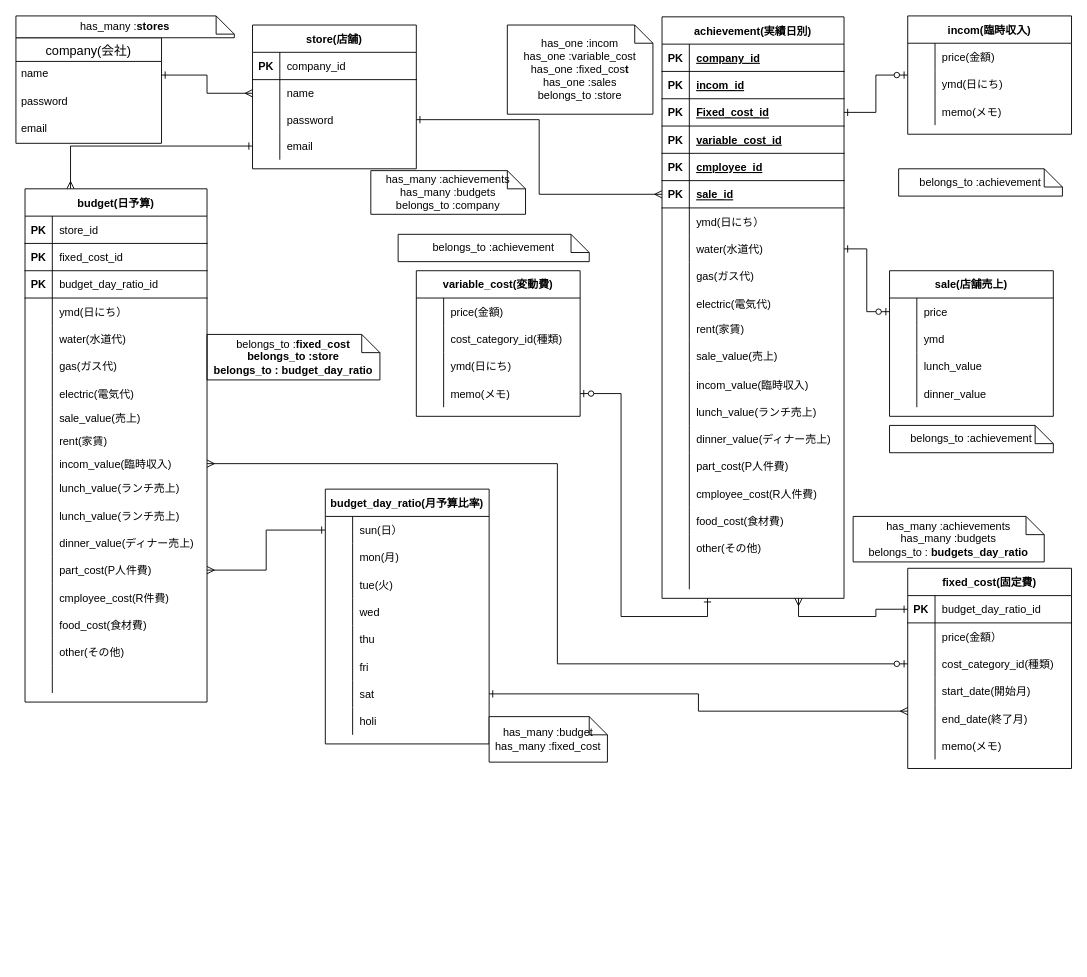
yanagi0306/profit_loss keeps this draw.io diagram as ER図.dio. Above is the earlier version. Source tidied: cells renumbered, new cells numbered last; positions are measured from the earlier drawing's top-left corner, leaving out a move shared by most shapes. Both pictures are drawn from the tidied source at 91%, with x=0, y=0 at pixel (15, 15).
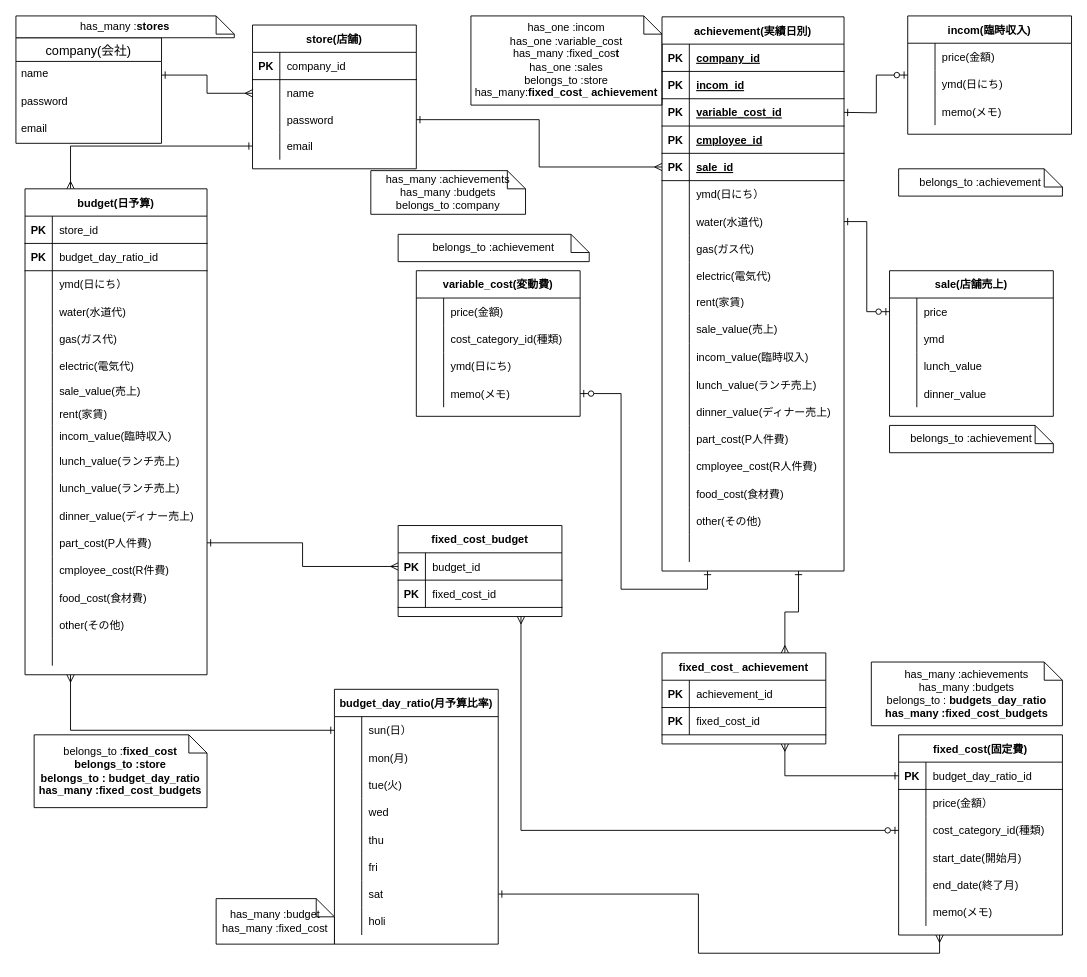
The same diagram, later.

Unchanged cells that the change refers to:
```xml
<mxCell id="6" value="incom(臨時収入)" style="shape=table;startSize=30;childLayout=tableLayout;rowLines=0;fontStyle=1;align=center;" parent="1" vertex="1">
  <mxGeometry x="980" width="180" height="130" as="geometry" />
</mxCell>
<mxCell id="188" style="shape=partialRectangle;fillColor=none;top=0;left=0;bottom=0;right=0;points=[[0,0.5],[1,0.5]];portConstraint=eastwest;" parent="187" vertex="1">
  <mxGeometry y="30" width="180" height="30" as="geometry" />
</mxCell>
<mxCell id="206" style="shape=partialRectangle;fillColor=none;top=0;left=0;bottom=0;right=0;points=[[0,0.5],[1,0.5]];portConstraint=eastwest;" parent="187" vertex="1">
  <mxGeometry y="210" width="180" height="30" as="geometry" />
</mxCell>
<mxCell id="216" style="shape=partialRectangle;fillColor=none;top=0;left=0;bottom=1;right=0;points=[[0,0.5],[1,0.5]];portConstraint=eastwest;" parent="215" vertex="1">
  <mxGeometry y="30" width="180" height="30" as="geometry" />
</mxCell>
<mxCell id="222" style="shape=partialRectangle;fillColor=none;top=0;left=0;bottom=0;right=0;points=[[0,0.5],[1,0.5]];portConstraint=eastwest;" parent="215" vertex="1">
  <mxGeometry y="90" width="180" height="30" as="geometry" />
</mxCell>
<mxCell id="228" style="shape=partialRectangle;fillColor=none;top=0;left=0;bottom=0;right=0;points=[[0,0.5],[1,0.5]];portConstraint=eastwest;" parent="215" vertex="1">
  <mxGeometry y="150" width="180" height="30" as="geometry" />
</mxCell>
```

The edit, as a diff of the source:
```diff
@@
-    <mxCell id="16" style="edgeStyle=orthogonalEdgeStyle;rounded=0;jettySize=auto;html=1;endArrow=ERzeroToOne;endFill=1;startArrow=ERone;startFill=0;exitX=1;exitY=0.5;exitDx=0;exitDy=0;" parent="1" edge="1" source="60" target="6">
-      <mxGeometry relative="1" as="geometry" />
+    <mxCell id="16" style="edgeStyle=orthogonalEdgeStyle;rounded=0;jettySize=auto;html=1;endArrow=ERzeroToOne;endFill=1;startArrow=ERone;startFill=0;exitX=1;exitY=0.5;exitDx=0;exitDy=0;" parent="1" edge="1" target="6">
+      <mxGeometry relative="1" as="geometry">
+        <mxPoint x="910" y="106" as="sourcePoint" />
+      </mxGeometry>
     </mxCell>
@@
-    <mxCell id="33" value="has_one :incom&lt;br&gt;has_one&amp;nbsp;:variable_cost&lt;br&gt;has_one&amp;nbsp;:fixed_cos&lt;span style=&quot;font-weight: 700&quot;&gt;t&lt;br&gt;&lt;/span&gt;has_one :sales&lt;br&gt;belongs_to :store" style="shape=note;size=20;whiteSpace=wrap;html=1;rounded=0;sketch=0;" parent="1" vertex="1">
-      <mxGeometry x="540" y="10" width="160" height="98" as="geometry" />
+    <mxCell id="33" value="has_one :incom&lt;br&gt;has_one&amp;nbsp;:variable_cost&lt;br&gt;has_many :fixed_cos&lt;span style=&quot;font-weight: 700&quot;&gt;t&lt;br&gt;&lt;/span&gt;has_one :sales&lt;br&gt;belongs_to :store&lt;br&gt;has_many:&lt;span style=&quot;font-weight: 700&quot;&gt;fixed_cost_&amp;nbsp;achievement&lt;/span&gt;" style="shape=note;size=20;whiteSpace=wrap;html=1;rounded=0;sketch=0;" parent="1" vertex="1">
+      <mxGeometry x="500" width="210" height="98" as="geometry" />
     </mxCell>
@@
-    <mxCell id="52" value="has_many :achievements&lt;br&gt;has_many :budgets&lt;br&gt;belongs_to :&lt;span style=&quot;font-weight: 700&quot;&gt;&amp;nbsp;budgets_day_ratio&lt;/span&gt;" style="shape=note;size=20;whiteSpace=wrap;html=1;rounded=0;sketch=0;" parent="1" vertex="1">
-      <mxGeometry x="920" y="550" width="210" height="50" as="geometry" />
+    <mxCell id="52" value="has_many :achievements&lt;br&gt;has_many :budgets&lt;br&gt;belongs_to :&lt;span style=&quot;font-weight: 700&quot;&gt;&amp;nbsp;budgets_day_ratio&lt;br&gt;&lt;/span&gt;&lt;span style=&quot;font-weight: 700&quot;&gt;has_many :&lt;/span&gt;&lt;span style=&quot;font-weight: 700&quot;&gt;fixed_cost_budgets&lt;/span&gt;&lt;span style=&quot;font-weight: 700&quot;&gt;&lt;br&gt;&lt;/span&gt;" style="shape=note;size=20;whiteSpace=wrap;html=1;rounded=0;sketch=0;" parent="1" vertex="1">
+      <mxGeometry x="940" y="710" width="210" height="70" as="geometry" />
     </mxCell>
     <mxCell id="53" value="achievement(実績日別)" style="shape=table;startSize=30;childLayout=tableLayout;rowLines=0;fontStyle=1;align=center;" parent="1" vertex="1">
-      <mxGeometry x="710" y="1" width="200" height="639" as="geometry" />
+      <mxGeometry x="710" y="1" width="200" height="609" as="geometry" />
     </mxCell>
@@
-    <mxCell id="60" style="shape=partialRectangle;fillColor=none;top=0;left=0;bottom=1;right=0;points=[[0,0.5],[1,0.5]];portConstraint=eastwest;" parent="53" vertex="1">
-      <mxGeometry y="90" width="200" height="30" as="geometry" />
-    </mxCell>
-    <mxCell id="61" value="PK" style="shape=partialRectangle;fillColor=none;top=0;left=0;bottom=0;right=0;fontStyle=1;overflow=hidden;" parent="60" vertex="1">
-      <mxGeometry width="30" height="30" as="geometry" />
-    </mxCell>
-    <mxCell id="62" value="Fixed_cost_id" style="shape=partialRectangle;fillColor=none;top=0;left=0;bottom=0;right=0;align=left;spacingLeft=6;fontStyle=5;overflow=hidden;" parent="60" vertex="1">
-      <mxGeometry x="30" width="170" height="30" as="geometry" />
-    </mxCell>
     <mxCell id="63" style="shape=partialRectangle;fillColor=none;top=0;left=0;bottom=1;right=0;" parent="53" vertex="1">
-      <mxGeometry y="120" width="200" height="30" as="geometry" />
+      <mxGeometry y="90" width="200" height="30" as="geometry" />
     </mxCell>
@@
     <mxCell id="66" style="shape=partialRectangle;fillColor=none;top=0;left=0;bottom=1;right=0;" parent="53" vertex="1">
-      <mxGeometry y="150" width="200" height="30" as="geometry" />
+      <mxGeometry y="120" width="200" height="30" as="geometry" />
     </mxCell>
@@
     <mxCell id="69" style="shape=partialRectangle;fillColor=none;top=0;left=0;bottom=1;right=0;points=[[0,0.5],[1,0.5]];portConstraint=eastwest;" parent="53" vertex="1">
-      <mxGeometry y="180" width="200" height="30" as="geometry" />
+      <mxGeometry y="150" width="200" height="30" as="geometry" />
     </mxCell>
@@
     <mxCell id="72" style="shape=partialRectangle;fillColor=none;top=0;left=0;bottom=0;right=0;" parent="53" vertex="1">
-      <mxGeometry y="210" width="200" height="30" as="geometry" />
+      <mxGeometry y="180" width="200" height="30" as="geometry" />
     </mxCell>
@@
     <mxCell id="75" style="shape=partialRectangle;fillColor=none;top=0;left=0;bottom=0;right=0;points=[[0,0.5],[1,0.5]];portConstraint=eastwest;" parent="53" vertex="1">
-      <mxGeometry y="240" width="200" height="30" as="geometry" />
+      <mxGeometry y="210" width="200" height="30" as="geometry" />
     </mxCell>
@@
     <mxCell id="78" style="shape=partialRectangle;fillColor=none;top=0;left=0;bottom=0;right=0;" parent="53" vertex="1">
-      <mxGeometry y="270" width="200" height="30" as="geometry" />
+      <mxGeometry y="240" width="200" height="30" as="geometry" />
     </mxCell>
@@
     <mxCell id="81" style="shape=partialRectangle;fillColor=none;top=0;left=0;bottom=0;right=0;" parent="53" vertex="1">
-      <mxGeometry y="300" width="200" height="30" as="geometry" />
+      <mxGeometry y="270" width="200" height="30" as="geometry" />
     </mxCell>
@@
     <mxCell id="84" style="shape=partialRectangle;fillColor=none;top=0;left=0;bottom=0;right=0;" parent="53" vertex="1">
-      <mxGeometry y="330" width="200" height="26" as="geometry" />
+      <mxGeometry y="300" width="200" height="26" as="geometry" />
     </mxCell>
@@
     <mxCell id="87" style="shape=partialRectangle;fillColor=none;top=0;left=0;bottom=0;right=0;" parent="53" vertex="1">
-      <mxGeometry y="356" width="200" height="33" as="geometry" />
+      <mxGeometry y="326" width="200" height="33" as="geometry" />
     </mxCell>
@@
     <mxCell id="90" style="shape=partialRectangle;fillColor=none;top=0;left=0;bottom=0;right=0;" parent="53" vertex="1">
-      <mxGeometry y="389" width="200" height="30" as="geometry" />
+      <mxGeometry y="359" width="200" height="30" as="geometry" />
     </mxCell>
@@
     <mxCell id="93" style="shape=partialRectangle;fillColor=none;top=0;left=0;bottom=0;right=0;" parent="53" vertex="1">
-      <mxGeometry y="419" width="200" height="30" as="geometry" />
+      <mxGeometry y="389" width="200" height="30" as="geometry" />
     </mxCell>
@@
     <mxCell id="96" style="shape=partialRectangle;fillColor=none;top=0;left=0;bottom=0;right=0;" parent="53" vertex="1">
-      <mxGeometry y="449" width="200" height="30" as="geometry" />
+      <mxGeometry y="419" width="200" height="30" as="geometry" />
     </mxCell>
@@
     <mxCell id="99" style="shape=partialRectangle;fillColor=none;top=0;left=0;bottom=0;right=0;" parent="53" vertex="1">
-      <mxGeometry y="479" width="200" height="30" as="geometry" />
+      <mxGeometry y="449" width="200" height="30" as="geometry" />
     </mxCell>
@@
     <mxCell id="102" style="shape=partialRectangle;fillColor=none;top=0;left=0;bottom=0;right=0;" parent="53" vertex="1">
-      <mxGeometry y="509" width="200" height="30" as="geometry" />
+      <mxGeometry y="479" width="200" height="30" as="geometry" />
     </mxCell>
@@
     <mxCell id="105" style="shape=partialRectangle;fillColor=none;top=0;left=0;bottom=0;right=0;" parent="53" vertex="1">
-      <mxGeometry y="539" width="200" height="30" as="geometry" />
+      <mxGeometry y="509" width="200" height="30" as="geometry" />
     </mxCell>
@@
     <mxCell id="108" style="shape=partialRectangle;fillColor=none;top=0;left=0;bottom=0;right=0;" parent="53" vertex="1">
-      <mxGeometry y="569" width="200" height="30" as="geometry" />
+      <mxGeometry y="539" width="200" height="30" as="geometry" />
     </mxCell>
@@
     <mxCell id="111" style="shape=partialRectangle;fillColor=none;top=0;left=0;bottom=0;right=0;" parent="53" vertex="1">
-      <mxGeometry y="599" width="200" height="30" as="geometry" />
+      <mxGeometry y="569" width="200" height="30" as="geometry" />
     </mxCell>
@@
-    <mxCell id="114" style="edgeStyle=orthogonalEdgeStyle;rounded=0;jettySize=auto;html=1;exitX=0;exitY=0.5;exitDx=0;exitDy=0;startArrow=ERzeroToOne;startFill=1;endArrow=ERmany;endFill=0;" parent="1" edge="1" source="222" target="160">
+    <mxCell id="114" style="edgeStyle=orthogonalEdgeStyle;rounded=0;jettySize=auto;html=1;exitX=0;exitY=0.5;exitDx=0;exitDy=0;startArrow=ERzeroToOne;startFill=1;endArrow=ERmany;endFill=0;entryX=0.75;entryY=1;entryDx=0;entryDy=0;" parent="1" edge="1" source="222" target="235">
       <mxGeometry relative="1" as="geometry" />
     </mxCell>
@@
-    <mxCell id="131" value="belongs_to :&lt;span style=&quot;font-weight: 700&quot;&gt;fixed_cost&lt;br&gt;belongs_to :store&lt;br&gt;belongs_to :&lt;/span&gt;&lt;span style=&quot;font-weight: 700&quot;&gt;&amp;nbsp;budget_day_ratio&lt;/span&gt;&lt;span style=&quot;font-weight: 700&quot;&gt;&lt;br&gt;&lt;/span&gt;" style="shape=note;size=20;whiteSpace=wrap;html=1;" parent="1" vertex="1">
-      <mxGeometry x="210" y="350" width="190" height="50" as="geometry" />
+    <mxCell id="131" value="belongs_to :&lt;span style=&quot;font-weight: 700&quot;&gt;fixed_cost&lt;br&gt;belongs_to :store&lt;br&gt;belongs_to :&lt;/span&gt;&lt;span style=&quot;font-weight: 700&quot;&gt;&amp;nbsp;budget_day_ratio&lt;br&gt;&lt;/span&gt;&lt;span style=&quot;font-weight: 700&quot;&gt;has_many :&lt;/span&gt;&lt;span style=&quot;font-weight: 700&quot;&gt;fixed_cost_budgets&lt;/span&gt;&lt;span style=&quot;font-weight: 700&quot;&gt;&lt;br&gt;&lt;/span&gt;" style="shape=note;size=20;whiteSpace=wrap;html=1;" parent="1" vertex="1">
+      <mxGeometry x="20" y="790" width="190" height="80" as="geometry" />
     </mxCell>
     <mxCell id="132" value="budget(日予算)" style="shape=table;startSize=30;childLayout=tableLayout;rowLines=0;fontStyle=1;align=center;" parent="1" vertex="1">
-      <mxGeometry x="10" y="190" width="200" height="564" as="geometry" />
+      <mxGeometry x="10" y="190" width="200" height="534" as="geometry" />
     </mxCell>
@@
-    <mxCell id="136" style="shape=partialRectangle;fillColor=none;top=0;left=0;bottom=1;right=0;" parent="132" vertex="1">
-      <mxGeometry y="60" width="200" height="30" as="geometry" />
-    </mxCell>
-    <mxCell id="137" value="PK" style="shape=partialRectangle;fillColor=none;top=0;left=0;bottom=0;right=0;fontStyle=1;overflow=hidden;" parent="136" vertex="1">
-      <mxGeometry width="30" height="30" as="geometry" />
-    </mxCell>
-    <mxCell id="138" value="fixed_cost_id" style="shape=partialRectangle;fillColor=none;top=0;left=0;bottom=0;right=0;align=left;spacingLeft=6;fontStyle=0;overflow=hidden;" parent="136" vertex="1">
-      <mxGeometry x="30" width="170" height="30" as="geometry" />
-    </mxCell>
     <mxCell id="139" style="shape=partialRectangle;fillColor=none;top=0;left=0;bottom=1;right=0;" parent="132" vertex="1">
-      <mxGeometry y="90" width="200" height="30" as="geometry" />
+      <mxGeometry y="60" width="200" height="30" as="geometry" />
     </mxCell>
@@
     <mxCell id="142" style="shape=partialRectangle;fillColor=none;top=0;left=0;bottom=0;right=0;" parent="132" vertex="1">
-      <mxGeometry y="120" width="200" height="30" as="geometry" />
+      <mxGeometry y="90" width="200" height="30" as="geometry" />
     </mxCell>
@@
     <mxCell id="145" style="shape=partialRectangle;fillColor=none;top=0;left=0;bottom=0;right=0;" parent="132" vertex="1">
-      <mxGeometry y="150" width="200" height="30" as="geometry" />
+      <mxGeometry y="120" width="200" height="30" as="geometry" />
     </mxCell>
@@
     <mxCell id="148" style="shape=partialRectangle;fillColor=none;top=0;left=0;bottom=0;right=0;" parent="132" vertex="1">
-      <mxGeometry y="180" width="200" height="30" as="geometry" />
+      <mxGeometry y="150" width="200" height="30" as="geometry" />
     </mxCell>
@@
     <mxCell id="151" style="shape=partialRectangle;fillColor=none;top=0;left=0;bottom=0;right=0;" parent="132" vertex="1">
-      <mxGeometry y="210" width="200" height="30" as="geometry" />
+      <mxGeometry y="180" width="200" height="30" as="geometry" />
     </mxCell>
@@
     <mxCell id="154" style="shape=partialRectangle;fillColor=none;top=0;left=0;bottom=0;right=0;" parent="132" vertex="1">
-      <mxGeometry y="240" width="200" height="24" as="geometry" />
+      <mxGeometry y="210" width="200" height="24" as="geometry" />
     </mxCell>
@@
     <mxCell id="157" style="shape=partialRectangle;fillColor=none;top=0;left=0;bottom=0;right=0;" parent="132" vertex="1">
-      <mxGeometry y="264" width="200" height="26" as="geometry" />
+      <mxGeometry y="234" width="200" height="26" as="geometry" />
     </mxCell>
@@
     <mxCell id="160" style="shape=partialRectangle;fillColor=none;top=0;left=0;bottom=0;right=0;points=[[0,0.5],[1,0.5]];portConstraint=eastwest;" parent="132" vertex="1">
-      <mxGeometry y="290" width="200" height="24" as="geometry" />
+      <mxGeometry y="260" width="200" height="24" as="geometry" />
     </mxCell>
@@
     <mxCell id="163" style="shape=partialRectangle;fillColor=none;top=0;left=0;bottom=0;right=0;" parent="132" vertex="1">
-      <mxGeometry y="314" width="200" height="30" as="geometry" />
+      <mxGeometry y="284" width="200" height="30" as="geometry" />
     </mxCell>
@@
     <mxCell id="166" style="shape=partialRectangle;fillColor=none;top=0;left=0;bottom=0;right=0;" parent="132" vertex="1">
-      <mxGeometry y="344" width="200" height="30" as="geometry" />
+      <mxGeometry y="314" width="200" height="30" as="geometry" />
     </mxCell>
@@
     <mxCell id="169" style="shape=partialRectangle;fillColor=none;top=0;left=0;bottom=0;right=0;" parent="132" vertex="1">
-      <mxGeometry y="374" width="200" height="30" as="geometry" />
+      <mxGeometry y="344" width="200" height="30" as="geometry" />
     </mxCell>
@@
     <mxCell id="172" style="shape=partialRectangle;fillColor=none;top=0;left=0;bottom=0;right=0;points=[[0,0.5],[1,0.5]];portConstraint=eastwest;" parent="132" vertex="1">
-      <mxGeometry y="404" width="200" height="30" as="geometry" />
+      <mxGeometry y="374" width="200" height="30" as="geometry" />
     </mxCell>
@@
     <mxCell id="175" style="shape=partialRectangle;fillColor=none;top=0;left=0;bottom=0;right=0;" parent="132" vertex="1">
-      <mxGeometry y="434" width="200" height="30" as="geometry" />
+      <mxGeometry y="404" width="200" height="30" as="geometry" />
     </mxCell>
@@
     <mxCell id="178" style="shape=partialRectangle;fillColor=none;top=0;left=0;bottom=0;right=0;" parent="132" vertex="1">
-      <mxGeometry y="464" width="200" height="30" as="geometry" />
+      <mxGeometry y="434" width="200" height="30" as="geometry" />
     </mxCell>
@@
     <mxCell id="181" style="shape=partialRectangle;fillColor=none;top=0;left=0;bottom=0;right=0;" parent="132" vertex="1">
-      <mxGeometry y="494" width="200" height="30" as="geometry" />
+      <mxGeometry y="464" width="200" height="30" as="geometry" />
     </mxCell>
@@
     <mxCell id="184" style="shape=partialRectangle;fillColor=none;top=0;left=0;bottom=0;right=0;" parent="132" vertex="1">
-      <mxGeometry y="524" width="200" height="30" as="geometry" />
+      <mxGeometry y="494" width="200" height="30" as="geometry" />
     </mxCell>
@@
     <mxCell id="187" value="budget_day_ratio(月予算比率)" style="shape=table;startSize=30;childLayout=tableLayout;rowLines=0;fontStyle=1;align=center;" parent="1" vertex="1">
-      <mxGeometry x="340" y="520" width="180" height="280" as="geometry" />
+      <mxGeometry x="350" y="740" width="180" height="280" as="geometry" />
     </mxCell>
@@
-    <mxCell id="212" style="edgeStyle=orthogonalEdgeStyle;rounded=0;jettySize=auto;html=1;exitX=0;exitY=0.5;exitDx=0;exitDy=0;entryX=1;entryY=0.5;entryDx=0;entryDy=0;startArrow=ERone;startFill=0;endArrow=ERmany;endFill=0;" parent="1" edge="1" source="188" target="172">
+    <mxCell id="212" style="edgeStyle=orthogonalEdgeStyle;rounded=0;jettySize=auto;html=1;exitX=0;exitY=0.5;exitDx=0;exitDy=0;entryX=0.25;entryY=1;entryDx=0;entryDy=0;startArrow=ERone;startFill=0;endArrow=ERmany;endFill=0;" parent="1" edge="1" source="188" target="132">
       <mxGeometry relative="1" as="geometry" />
     </mxCell>
-    <mxCell id="213" style="edgeStyle=orthogonalEdgeStyle;rounded=0;jettySize=auto;html=1;exitX=1;exitY=0.5;exitDx=0;exitDy=0;entryX=0;entryY=0.233;entryDx=0;entryDy=0;startArrow=ERone;startFill=0;endArrow=ERmany;endFill=0;entryPerimeter=0;" parent="1" edge="1" source="206" target="228">
+    <mxCell id="213" style="edgeStyle=orthogonalEdgeStyle;rounded=0;jettySize=auto;html=1;exitX=1;exitY=0.5;exitDx=0;exitDy=0;entryX=0.25;entryY=1;entryDx=0;entryDy=0;startArrow=ERone;startFill=0;endArrow=ERmany;endFill=0;" parent="1" edge="1" source="206" target="215">
       <mxGeometry relative="1" as="geometry" />
     </mxCell>
-    <mxCell id="214" style="edgeStyle=orthogonalEdgeStyle;rounded=0;jettySize=auto;html=1;exitX=0;exitY=0.5;exitDx=0;exitDy=0;entryX=0.75;entryY=1;entryDx=0;entryDy=0;startArrow=ERone;startFill=0;endArrow=ERmany;endFill=0;" parent="1" edge="1" source="216" target="53">
+    <mxCell id="214" style="edgeStyle=orthogonalEdgeStyle;rounded=0;jettySize=auto;html=1;exitX=0;exitY=0.5;exitDx=0;exitDy=0;startArrow=ERone;startFill=0;endArrow=ERmany;endFill=0;entryX=0.75;entryY=1;entryDx=0;entryDy=0;" parent="1" edge="1" source="216" target="243">
       <mxGeometry relative="1" as="geometry" />
     </mxCell>
     <mxCell id="215" value="fixed_cost(固定費)" style="shape=table;startSize=30;childLayout=tableLayout;rowLines=0;fontStyle=1;align=center;" parent="1" vertex="1">
-      <mxGeometry x="980" y="607" width="180" height="220" as="geometry" />
+      <mxGeometry x="970" y="790" width="180" height="220" as="geometry" />
     </mxCell>
@@
     <mxCell id="234" value="has_many :budget&lt;br&gt;has_many :fixed_cost" style="shape=note;size=20;whiteSpace=wrap;html=1;" parent="1" vertex="1">
-      <mxGeometry x="520" y="770" width="130" height="50" as="geometry" />
+      <mxGeometry x="220" y="970" width="130" height="50" as="geometry" />
     </mxCell>
+    <mxCell id="235" value="fixed_cost_budget" style="shape=table;startSize=30;childLayout=tableLayout;rowLines=0;fontStyle=1;align=center;" parent="1" vertex="1">
+      <mxGeometry x="420" y="560" width="180" height="100" as="geometry" />
+    </mxCell>
+    <mxCell id="236" style="shape=partialRectangle;fillColor=none;top=0;left=0;bottom=1;right=0;points=[[0,0.5],[1,0.5]];portConstraint=eastwest;" parent="235" vertex="1">
+      <mxGeometry y="30" width="180" height="30" as="geometry" />
+    </mxCell>
+    <mxCell id="237" value="PK" style="shape=partialRectangle;fillColor=none;top=0;left=0;bottom=0;right=0;fontStyle=1;overflow=hidden;" parent="236" vertex="1">
+      <mxGeometry width="30" height="30" as="geometry" />
+    </mxCell>
+    <mxCell id="238" value="budget_id" style="shape=partialRectangle;fillColor=none;top=0;left=0;bottom=0;right=0;align=left;spacingLeft=6;fontStyle=0;overflow=hidden;" parent="236" vertex="1">
+      <mxGeometry x="30" width="150" height="30" as="geometry" />
+    </mxCell>
+    <mxCell id="239" style="shape=partialRectangle;fillColor=none;top=0;left=0;bottom=1;right=0;" parent="235" vertex="1">
+      <mxGeometry y="60" width="180" height="30" as="geometry" />
+    </mxCell>
+    <mxCell id="240" value="PK" style="shape=partialRectangle;fillColor=none;top=0;left=0;bottom=0;right=0;fontStyle=1;overflow=hidden;" parent="239" vertex="1">
+      <mxGeometry width="30" height="30" as="geometry" />
+    </mxCell>
+    <mxCell id="241" value="fixed_cost_id" style="shape=partialRectangle;fillColor=none;top=0;left=0;bottom=0;right=0;align=left;spacingLeft=6;fontStyle=0;overflow=hidden;" parent="239" vertex="1">
+      <mxGeometry x="30" width="150" height="30" as="geometry" />
+    </mxCell>
+    <mxCell id="242" style="edgeStyle=orthogonalEdgeStyle;rounded=0;jettySize=auto;html=1;exitX=0.75;exitY=0;exitDx=0;exitDy=0;startArrow=ERmany;startFill=0;endArrow=ERone;endFill=0;entryX=0.75;entryY=1;entryDx=0;entryDy=0;" parent="1" edge="1" source="243" target="53">
+      <mxGeometry relative="1" as="geometry" />
+    </mxCell>
+    <mxCell id="243" value="fixed_cost_ achievement" style="shape=table;startSize=30;childLayout=tableLayout;rowLines=0;fontStyle=1;align=center;" parent="1" vertex="1">
+      <mxGeometry x="710" y="700" width="180" height="100" as="geometry" />
+    </mxCell>
+    <mxCell id="244" style="shape=partialRectangle;fillColor=none;top=0;left=0;bottom=1;right=0;" parent="243" vertex="1">
+      <mxGeometry y="30" width="180" height="30" as="geometry" />
+    </mxCell>
+    <mxCell id="245" value="PK" style="shape=partialRectangle;fillColor=none;top=0;left=0;bottom=0;right=0;fontStyle=1;overflow=hidden;" parent="244" vertex="1">
+      <mxGeometry width="30" height="30" as="geometry" />
+    </mxCell>
+    <mxCell id="246" value="achievement_id" style="shape=partialRectangle;fillColor=none;top=0;left=0;bottom=0;right=0;align=left;spacingLeft=6;fontStyle=0;overflow=hidden;" parent="244" vertex="1">
+      <mxGeometry x="30" width="150" height="30" as="geometry" />
+    </mxCell>
+    <mxCell id="247" style="shape=partialRectangle;fillColor=none;top=0;left=0;bottom=1;right=0;" parent="243" vertex="1">
+      <mxGeometry y="60" width="180" height="30" as="geometry" />
+    </mxCell>
+    <mxCell id="248" value="PK" style="shape=partialRectangle;fillColor=none;top=0;left=0;bottom=0;right=0;fontStyle=1;overflow=hidden;" parent="247" vertex="1">
+      <mxGeometry width="30" height="30" as="geometry" />
+    </mxCell>
+    <mxCell id="249" value="fixed_cost_id" style="shape=partialRectangle;fillColor=none;top=0;left=0;bottom=0;right=0;align=left;spacingLeft=6;fontStyle=0;overflow=hidden;" parent="247" vertex="1">
+      <mxGeometry x="30" width="150" height="30" as="geometry" />
+    </mxCell>
+    <mxCell id="250" style="edgeStyle=orthogonalEdgeStyle;rounded=0;jettySize=auto;html=1;exitX=0;exitY=0.5;exitDx=0;exitDy=0;entryX=1;entryY=0.5;entryDx=0;entryDy=0;startArrow=ERmany;startFill=0;endArrow=ERone;endFill=0;" parent="1" edge="1" source="236" target="172">
+      <mxGeometry relative="1" as="geometry" />
+    </mxCell>
```
